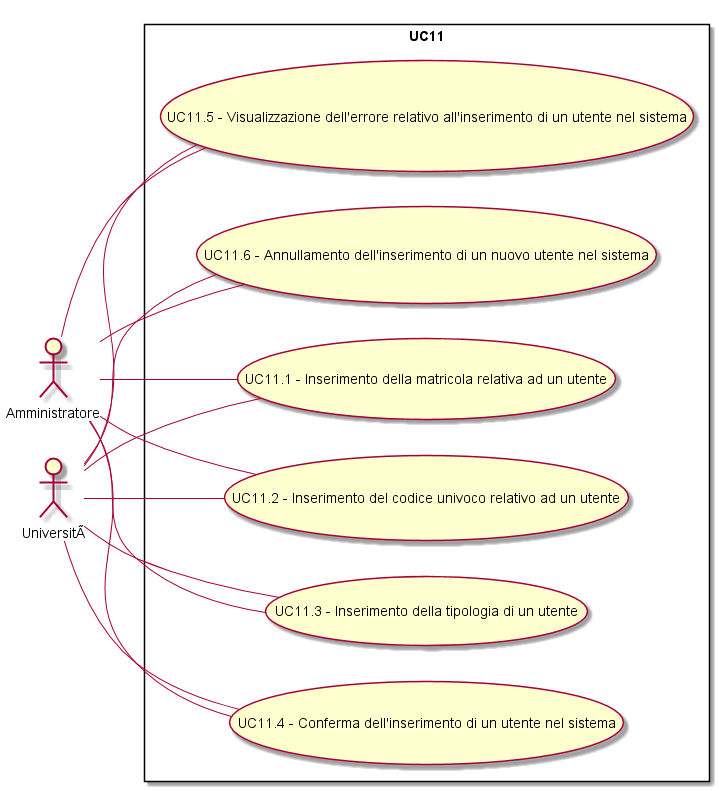
The PlantUML diagram Analisi dei requisiti/img/UC11.png in SOS-SonsOfSwe/Marvin, before a commit.
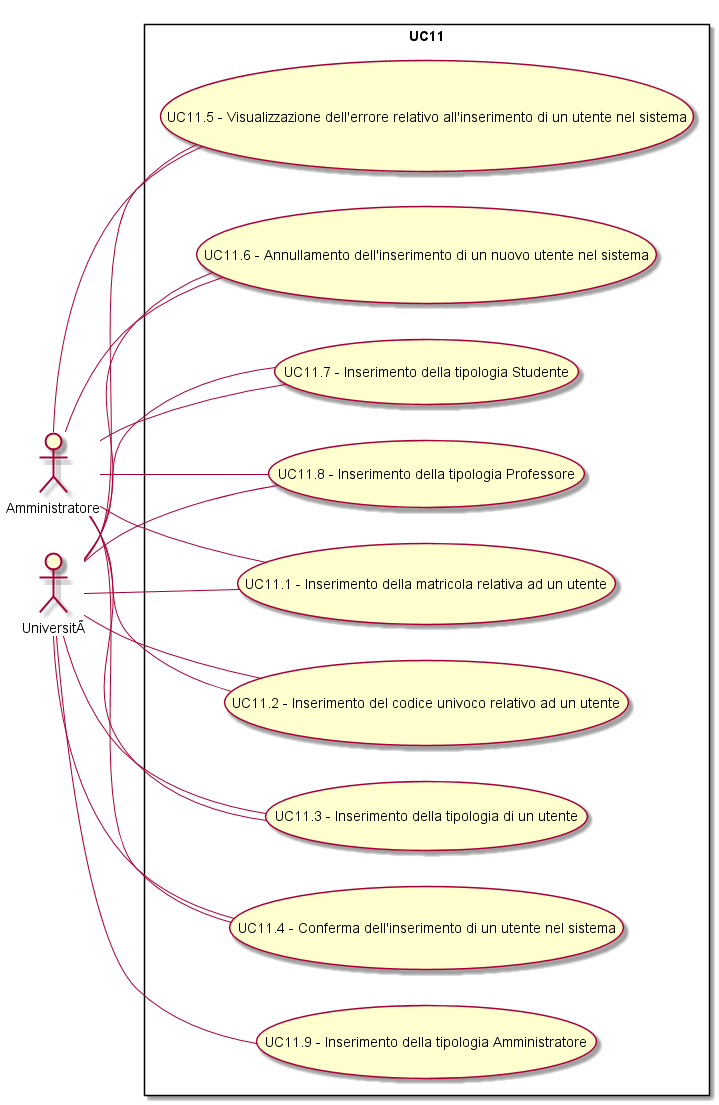
Above is the later version.

The edit, as a diff of the source:
```diff
@@ -10,11 +10,16 @@
 Amministratore -- (UC11.4 - Conferma dell'inserimento di un utente nel sistema)
 Amministratore -- (UC11.5 - Visualizzazione dell'errore relativo all'inserimento di un utente nel sistema)
 Amministratore -- (UC11.6 - Annullamento dell'inserimento di un nuovo utente nel sistema)
+Amministratore -- (UC11.7 - Inserimento della tipologia Studente)
+Amministratore -- (UC11.8 - Inserimento della tipologia Professore)
 Università -- (UC11.1 - Inserimento della matricola relativa ad un utente)
 Università -- (UC11.2 - Inserimento del codice univoco relativo ad un utente)
 Università -- (UC11.3 - Inserimento della tipologia di un utente )
 Università -- (UC11.4 - Conferma dell'inserimento di un utente nel sistema)
 Università -- (UC11.5 - Visualizzazione dell'errore relativo all'inserimento di un utente nel sistema)
 Università -- (UC11.6 - Annullamento dell'inserimento di un nuovo utente nel sistema)
+Università -- (UC11.7 - Inserimento della tipologia Studente)
+Università -- (UC11.8 - Inserimento della tipologia Professore)
+Università -- (UC11.9 - Inserimento della tipologia Amministratore)
 }
 @enduml
```
